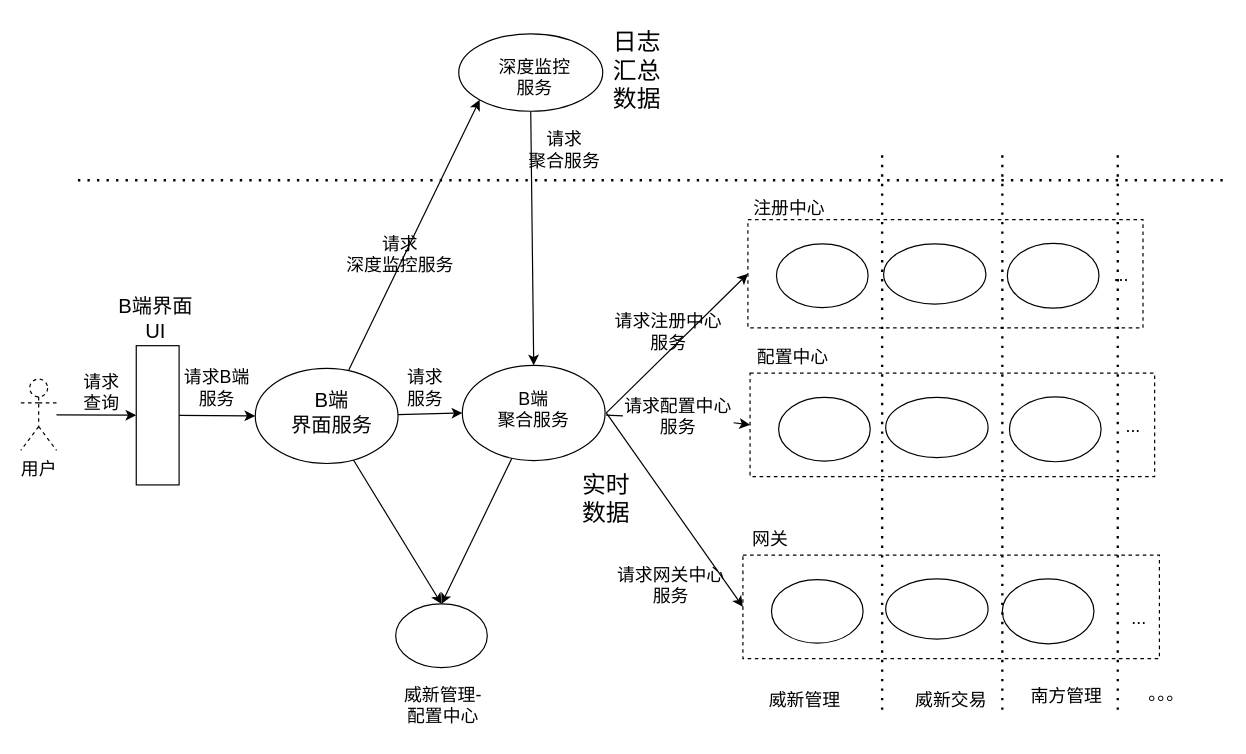
The draw.io diagram page "聚合服务" (10 of 10) of shorturl.drawio in leechliao/drawio, before the edit. Source tidied: cells renumbered, new cells numbered last; positions are measured from the earlier drawing's top-left corner, leaving out a move shared by most shapes. Both pictures are drawn from the tidied source at 119%, with x=0, y=0 at pixel (20, 33).
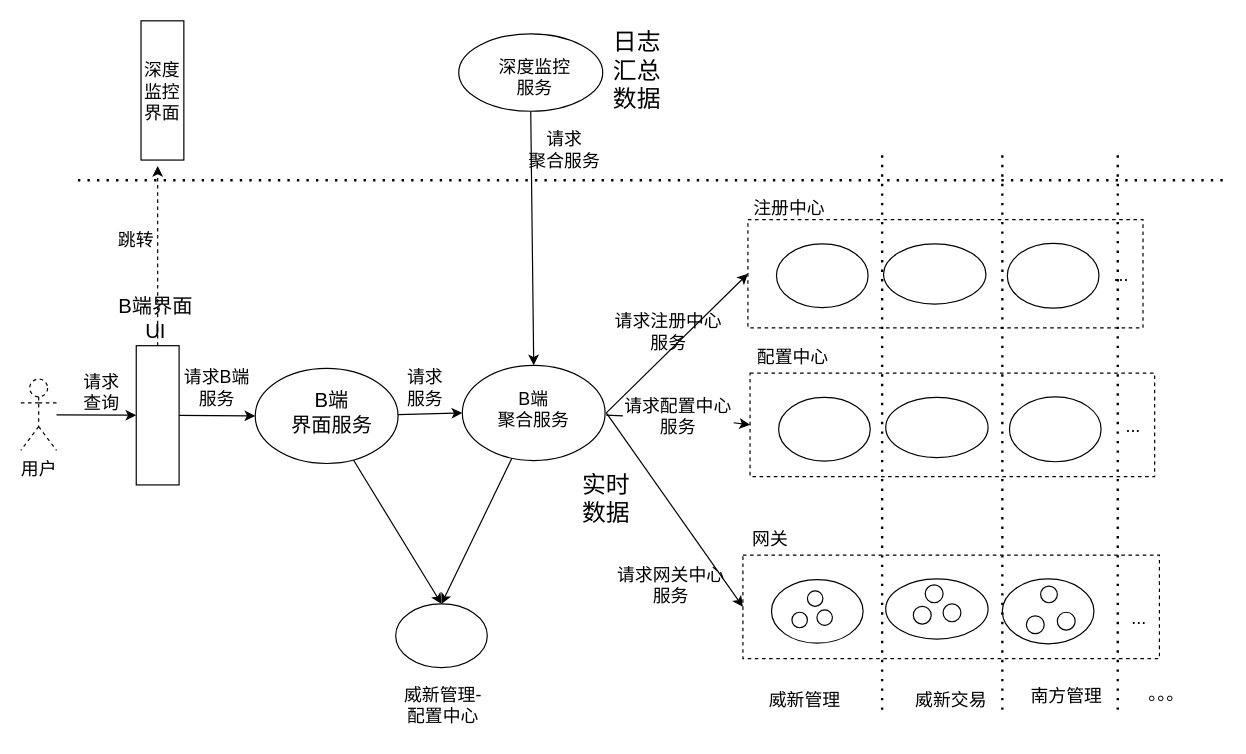
The same page after the edit.

Unchanged cells that the change refers to:
```xml
<mxCell id="3" style="ellipse;whiteSpace=wrap;html=1;" parent="1" vertex="1">
  <mxGeometry x="197" y="281" width="120" height="80" as="geometry" />
</mxCell>
<mxCell id="37" style="rounded=0;whiteSpace=wrap;html=1;fontSize=15;" parent="1" vertex="1">
  <mxGeometry x="97" y="262" width="36" height="117" as="geometry" />
</mxCell>
<mxCell id="53" style="ellipse;whiteSpace=wrap;html=1;" parent="1" vertex="1">
  <mxGeometry x="368" width="121" height="65" as="geometry" />
</mxCell>
```

The edit, as a diff of the source:
```diff
@@
-    <mxCell id="2" style="edgeStyle=none;curved=1;jettySize=auto;html=1;entryX=0;entryY=1;entryDx=0;entryDy=0;fontSize=20;" parent="1" edge="1" source="3" target="53">
-      <mxGeometry relative="1" as="geometry" />
-    </mxCell>
@@
+    <mxCell id="61" style="edgeStyle=orthogonalEdgeStyle;rounded=0;jettySize=auto;html=1;dashed=1;" parent="1" edge="1" source="37">
+      <mxGeometry relative="1" as="geometry">
+        <mxPoint x="115" y="110.9" as="targetPoint" />
+      </mxGeometry>
+    </mxCell>
@@
-    <mxCell id="56" value="&lt;font style=&quot;font-size: 15px&quot;&gt;请求&lt;br&gt;深度监控服务&lt;br&gt;&lt;/font&gt;" style="text;html=1;strokeColor=none;fillColor=none;align=center;verticalAlign=middle;whiteSpace=wrap;rounded=0;" parent="1" vertex="1">
-      <mxGeometry x="270" y="168.5" width="98" height="32.5" as="geometry" />
-    </mxCell>
@@
+    <mxCell id="62" style="ellipse;whiteSpace=wrap;html=1;" parent="1" vertex="1">
+      <mxGeometry x="661" y="468" width="13" height="13" as="geometry" />
+    </mxCell>
+    <mxCell id="63" style="ellipse;whiteSpace=wrap;html=1;" parent="1" vertex="1">
+      <mxGeometry x="648" y="486" width="13" height="13" as="geometry" />
+    </mxCell>
+    <mxCell id="64" style="ellipse;whiteSpace=wrap;html=1;" parent="1" vertex="1">
+      <mxGeometry x="669" y="484" width="13" height="13" as="geometry" />
+    </mxCell>
+    <mxCell id="65" style="ellipse;whiteSpace=wrap;html=1;" parent="1" vertex="1">
+      <mxGeometry x="760" y="463" width="15" height="15" as="geometry" />
+    </mxCell>
+    <mxCell id="66" style="ellipse;whiteSpace=wrap;html=1;" parent="1" vertex="1">
+      <mxGeometry x="775" y="479" width="15" height="15" as="geometry" />
+    </mxCell>
+    <mxCell id="67" style="ellipse;whiteSpace=wrap;html=1;" parent="1" vertex="1">
+      <mxGeometry x="750" y="481" width="15" height="15" as="geometry" />
+    </mxCell>
+    <mxCell id="68" style="ellipse;whiteSpace=wrap;html=1;" parent="1" vertex="1">
+      <mxGeometry x="857" y="464" width="14" height="14" as="geometry" />
+    </mxCell>
+    <mxCell id="69" style="ellipse;whiteSpace=wrap;html=1;" parent="1" vertex="1">
+      <mxGeometry x="845" y="489" width="15" height="15" as="geometry" />
+    </mxCell>
+    <mxCell id="70" style="ellipse;whiteSpace=wrap;html=1;" parent="1" vertex="1">
+      <mxGeometry x="871" y="486" width="15" height="15" as="geometry" />
+    </mxCell>
+    <mxCell id="71" value="&lt;font style=&quot;font-size: 15px&quot;&gt;跳转&lt;br&gt;&lt;/font&gt;" style="text;html=1;strokeColor=none;fillColor=none;align=center;verticalAlign=middle;whiteSpace=wrap;rounded=0;" parent="1" vertex="1">
+      <mxGeometry x="45" y="160" width="104.2" height="26" as="geometry" />
+    </mxCell>
+    <mxCell id="72" value="&lt;span&gt;深度监控界面&lt;/span&gt;" style="rounded=0;whiteSpace=wrap;html=1;fontSize=15;" parent="1" vertex="1">
+      <mxGeometry x="101" y="-11" width="36" height="117" as="geometry" />
+    </mxCell>
```
